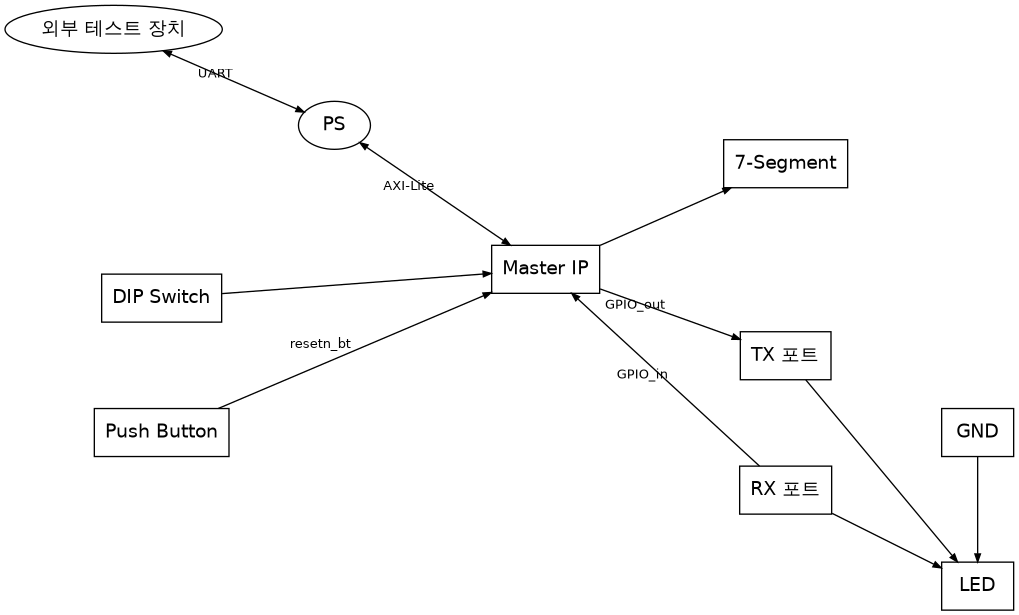
Before: diagrams/level2_board.png, a diagram exported from Graphviz (Woodong02/SoC_Design_and_Programming). Its source is kept beside it as diagrams/level2_board.dot.
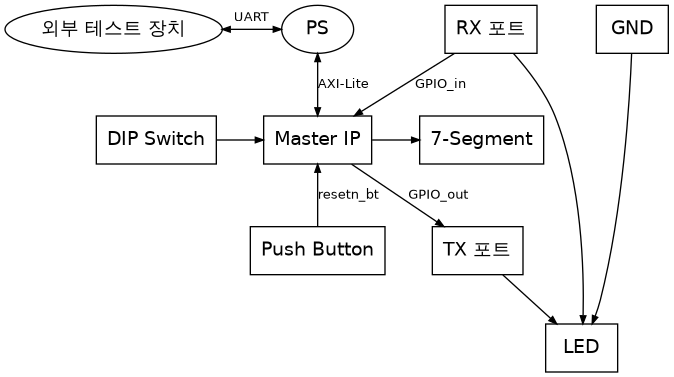
After the commit.

Commit message:
3계층 다이어그램을 rank=same 그리드 방식으로 재작성 (공간 낭비 해소)

Change to the diagram source:
```diff
@@ -1,19 +1,25 @@
 digraph G {
-    layout=neato;
+    rankdir=TB;
     fontname="Noto Sans CJK KR";
     node [shape=box, fontname="Noto Sans CJK KR", fontsize=14, color=black];
     edge [fontname="Noto Sans CJK KR", fontsize=10, color=black, arrowsize=0.6];
 
-    EXT [label="외부 테스트 장치", shape=ellipse, pos="0,6!"];
-    PS  [label="PS", shape=ellipse, pos="2.3,5!"];
-    DIP [label="DIP Switch", pos="0.5,3.2!"];
-    PB  [label="Push Button", pos="0.5,1.8!"];
-    MASTER [label="Master IP", pos="4.5,3.5!"];
-    SEG [label="7-Segment", pos="7,4.6!"];
-    TXP [label="TX 포트", pos="7,2.6!"];
-    RXP [label="RX 포트", pos="7,1.2!"];
-    GND [label="GND", pos="9,1.8!"];
-    LED [label="LED", pos="9,0.2!"];
+    EXT [label="외부 테스트 장치", shape=ellipse];
+    PS  [label="PS", shape=ellipse];
+    DIP [label="DIP Switch"];
+    PB  [label="Push Button"];
+    MASTER [label="Master IP"];
+    SEG [label="7-Segment"];
+    TXP [label="TX 포트"];
+    RXP [label="RX 포트"];
+    GND [label="GND"];
+    LED [label="LED"];
+
+    { rank=same; EXT; PS; }
+    { rank=same; DIP; MASTER; SEG; }
+    { rank=same; PB; TXP; }
+    { rank=same; RXP; GND; }
+    { rank=same; LED; }
 
     EXT -> PS  [label="UART", dir=both];
     PS  -> MASTER [label="AXI-Lite", dir=both];
```
